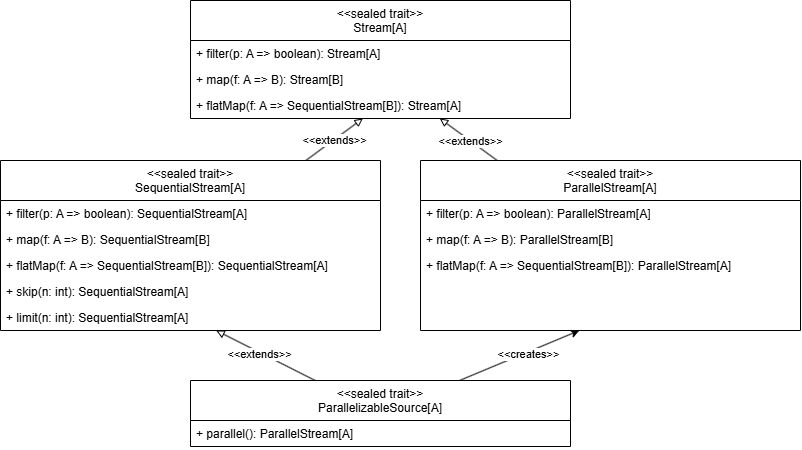
Above: relazione/drawio/stream.png in leorm2002/stream-fusion (draw.io), before the change. Source tidied: cells renumbered, new cells last; positions are measured from the earlier drawing's top-left corner, leaving out a move shared by most shapes.
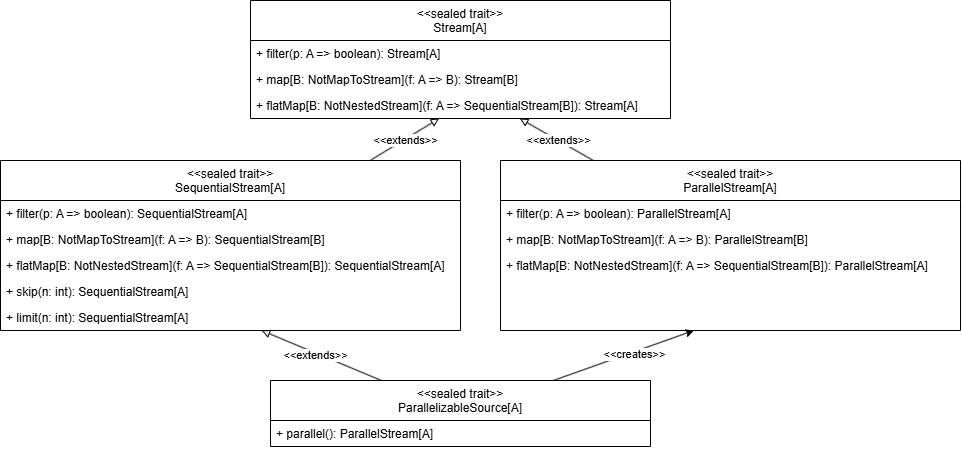
After the change.

Commit message:
Pulizia API e aggiornato drawio

Change to the diagram source:
```diff
@@ -3,16 +3,16 @@
     <mxCell id="0" />
     <mxCell id="1" parent="0" />
     <mxCell id="2" value="&lt;span style=&quot;color: rgb(0, 0, 0); font-weight: 400;&quot;&gt;&amp;lt;&amp;lt;sealed trait&amp;gt;&amp;gt;&lt;/span&gt;&lt;br style=&quot;color: rgb(63, 63, 63); scrollbar-color: rgb(226, 226, 226) rgb(251, 251, 251); font-weight: 400;&quot;&gt;&lt;span style=&quot;color: rgb(0, 0, 0); font-weight: 400;&quot;&gt;Stream[A]&lt;/span&gt;" style="swimlane;fontStyle=1;align=center;verticalAlign=top;horizontal=1;startSize=40;whiteSpace=wrap;html=1;" parent="1" vertex="1">
-      <mxGeometry x="190" width="380" height="118" as="geometry" />
+      <mxGeometry x="170" width="420" height="118" as="geometry" />
     </mxCell>
     <mxCell id="3" value="+ filter(p: A =&amp;gt; boolean): Stream[A]" style="text;strokeColor=none;fillColor=none;align=left;verticalAlign=top;spacingLeft=4;spacingRight=4;overflow=hidden;whiteSpace=wrap;html=1;" parent="2" vertex="1">
-      <mxGeometry y="40" width="380" height="26" as="geometry" />
+      <mxGeometry y="40" width="420" height="26" as="geometry" />
     </mxCell>
-    <mxCell id="4" value="&lt;span style=&quot;color: rgb(0, 0, 0);&quot;&gt;+ map(f: A =&amp;gt; B): Stream[B]&lt;/span&gt;" style="text;strokeColor=none;fillColor=none;align=left;verticalAlign=top;spacingLeft=4;spacingRight=4;overflow=hidden;whiteSpace=wrap;html=1;" parent="2" vertex="1">
-      <mxGeometry y="66" width="380" height="26" as="geometry" />
+    <mxCell id="4" value="&lt;span style=&quot;color: rgb(0, 0, 0);&quot;&gt;+ map[B: NotMapToStream](f: A =&amp;gt; B): Stream[B]&lt;/span&gt;" style="text;strokeColor=none;fillColor=none;align=left;verticalAlign=top;spacingLeft=4;spacingRight=4;overflow=hidden;whiteSpace=wrap;html=1;" parent="2" vertex="1">
+      <mxGeometry y="66" width="420" height="26" as="geometry" />
     </mxCell>
-    <mxCell id="5" value="&lt;span style=&quot;color: rgb(0, 0, 0);&quot;&gt;+ flatMap(f: A =&amp;gt; SequentialStream[B]): Stream[A]&lt;/span&gt;" style="text;strokeColor=none;fillColor=none;align=left;verticalAlign=top;spacingLeft=4;spacingRight=4;overflow=hidden;points=[[0,0.5],[1,0.5]];portConstraint=eastwest;whiteSpace=wrap;html=1;" parent="2" vertex="1">
-      <mxGeometry y="92" width="380" height="26" as="geometry" />
+    <mxCell id="5" value="&lt;span style=&quot;color: rgb(0, 0, 0);&quot;&gt;+ flatMap[B: NotNestedStream](f: A =&amp;gt; SequentialStream[B]): Stream[A]&lt;/span&gt;" style="text;strokeColor=none;fillColor=none;align=left;verticalAlign=top;spacingLeft=4;spacingRight=4;overflow=hidden;points=[[0,0.5],[1,0.5]];portConstraint=eastwest;whiteSpace=wrap;html=1;" parent="2" vertex="1">
+      <mxGeometry y="92" width="420" height="26" as="geometry" />
     </mxCell>
     <mxCell id="6" style="edgeStyle=none;html=1;endArrow=block;endFill=0;" parent="1" edge="1" source="8" target="5">
       <mxGeometry relative="1" as="geometry" />
@@ -21,22 +21,22 @@
       <mxGeometry relative="1" as="geometry" />
     </mxCell>
     <mxCell id="8" value="&lt;span style=&quot;color: rgb(0, 0, 0); font-weight: 400;&quot;&gt;&amp;lt;&amp;lt;sealed trait&amp;gt;&amp;gt;&lt;/span&gt;&lt;br style=&quot;color: rgb(63, 63, 63); scrollbar-color: rgb(226, 226, 226) rgb(251, 251, 251); font-weight: 400;&quot;&gt;&lt;span style=&quot;color: rgb(0, 0, 0); font-weight: 400;&quot;&gt;SequentialStream[A]&lt;/span&gt;" style="swimlane;fontStyle=1;align=center;verticalAlign=top;horizontal=1;startSize=40;whiteSpace=wrap;html=1;" parent="1" vertex="1">
-      <mxGeometry y="160" width="380" height="170" as="geometry" />
+      <mxGeometry x="-80" y="160" width="460" height="170" as="geometry" />
     </mxCell>
     <mxCell id="9" value="+ filter(p: A =&amp;gt; boolean):&amp;nbsp;&lt;span style=&quot;color: rgb(0, 0, 0); text-align: center;&quot;&gt;SequentialStream&lt;/span&gt;[A]" style="text;strokeColor=none;fillColor=none;align=left;verticalAlign=top;spacingLeft=4;spacingRight=4;overflow=hidden;whiteSpace=wrap;html=1;" parent="8" vertex="1">
-      <mxGeometry y="40" width="380" height="26" as="geometry" />
+      <mxGeometry y="40" width="460" height="26" as="geometry" />
     </mxCell>
-    <mxCell id="10" value="&lt;span style=&quot;color: rgb(0, 0, 0);&quot;&gt;+ map(f: A =&amp;gt; B):&amp;nbsp;&lt;span style=&quot;color: rgb(0, 0, 0); text-align: center;&quot;&gt;SequentialStream&lt;/span&gt;[B]&lt;/span&gt;" style="text;strokeColor=none;fillColor=none;align=left;verticalAlign=top;spacingLeft=4;spacingRight=4;overflow=hidden;whiteSpace=wrap;html=1;" parent="8" vertex="1">
-      <mxGeometry y="66" width="380" height="26" as="geometry" />
+    <mxCell id="10" value="&lt;span style=&quot;color: rgb(0, 0, 0);&quot;&gt;+ map&lt;span style=&quot;color: rgb(0, 0, 0);&quot;&gt;[B: NotMapToStream]&lt;/span&gt;(f: A =&amp;gt; B):&amp;nbsp;&lt;span style=&quot;color: rgb(0, 0, 0); text-align: center;&quot;&gt;SequentialStream&lt;/span&gt;[B]&lt;/span&gt;" style="text;strokeColor=none;fillColor=none;align=left;verticalAlign=top;spacingLeft=4;spacingRight=4;overflow=hidden;whiteSpace=wrap;html=1;" parent="8" vertex="1">
+      <mxGeometry y="66" width="460" height="26" as="geometry" />
     </mxCell>
-    <mxCell id="11" value="&lt;span style=&quot;color: rgb(0, 0, 0);&quot;&gt;+ flatMap(f: A =&amp;gt; SequentialStream[B]):&amp;nbsp;&lt;span style=&quot;color: rgb(0, 0, 0); text-align: center;&quot;&gt;SequentialStream&lt;/span&gt;[A]&lt;/span&gt;" style="text;strokeColor=none;fillColor=none;align=left;verticalAlign=top;spacingLeft=4;spacingRight=4;overflow=hidden;whiteSpace=wrap;html=1;" parent="8" vertex="1">
-      <mxGeometry y="92" width="380" height="26" as="geometry" />
+    <mxCell id="11" value="&lt;span style=&quot;color: rgb(0, 0, 0);&quot;&gt;+ flatMap[B: NotNestedStream](f: A =&amp;gt; SequentialStream[B]):&amp;nbsp;&lt;span style=&quot;color: rgb(0, 0, 0); text-align: center;&quot;&gt;SequentialStream&lt;/span&gt;[A]&lt;/span&gt;" style="text;strokeColor=none;fillColor=none;align=left;verticalAlign=top;spacingLeft=4;spacingRight=4;overflow=hidden;whiteSpace=wrap;html=1;" parent="8" vertex="1">
+      <mxGeometry y="92" width="460" height="26" as="geometry" />
     </mxCell>
     <mxCell id="12" value="&lt;span style=&quot;color: rgb(0, 0, 0);&quot;&gt;+ skip(n: int):&amp;nbsp;&lt;span style=&quot;color: rgb(0, 0, 0); text-align: center;&quot;&gt;SequentialStream&lt;/span&gt;[A]&lt;/span&gt;" style="text;strokeColor=none;fillColor=none;align=left;verticalAlign=top;spacingLeft=4;spacingRight=4;overflow=hidden;whiteSpace=wrap;html=1;" parent="8" vertex="1">
-      <mxGeometry y="118" width="380" height="26" as="geometry" />
+      <mxGeometry y="118" width="460" height="26" as="geometry" />
     </mxCell>
     <mxCell id="13" value="&lt;span style=&quot;color: rgb(0, 0, 0);&quot;&gt;+ limit(n: int): &lt;/span&gt;&lt;span style=&quot;scrollbar-color: rgb(226, 226, 226) rgb(251, 251, 251); text-align: center; color: rgb(0, 0, 0);&quot;&gt;SequentialStream&lt;/span&gt;&lt;span style=&quot;color: rgb(0, 0, 0);&quot;&gt;[A]&lt;/span&gt;" style="text;strokeColor=none;fillColor=none;align=left;verticalAlign=top;spacingLeft=4;spacingRight=4;overflow=hidden;points=[[0,0.5],[1,0.5]];portConstraint=eastwest;whiteSpace=wrap;html=1;" parent="8" vertex="1">
-      <mxGeometry y="144" width="380" height="26" as="geometry" />
+      <mxGeometry y="144" width="460" height="26" as="geometry" />
     </mxCell>
     <mxCell id="14" style="edgeStyle=none;html=1;exitX=0.203;exitY=0.002;exitDx=0;exitDy=0;exitPerimeter=0;endArrow=block;endFill=0;" parent="1" edge="1" source="16">
       <mxGeometry relative="1" as="geometry">
@@ -47,22 +47,22 @@
       <mxGeometry x="-0.04" relative="1" as="geometry" />
     </mxCell>
     <mxCell id="16" value="&lt;span style=&quot;color: rgb(0, 0, 0); font-weight: 400;&quot;&gt;&amp;lt;&amp;lt;sealed trait&amp;gt;&amp;gt;&lt;/span&gt;&lt;br style=&quot;color: rgb(63, 63, 63); scrollbar-color: rgb(226, 226, 226) rgb(251, 251, 251); font-weight: 400;&quot;&gt;&lt;span style=&quot;color: rgb(0, 0, 0); font-weight: 400;&quot;&gt;ParallelStream[A]&lt;/span&gt;" style="swimlane;fontStyle=1;align=center;verticalAlign=top;horizontal=1;startSize=40;whiteSpace=wrap;html=1;" parent="1" vertex="1">
-      <mxGeometry x="420" y="160" width="380" height="170" as="geometry" />
+      <mxGeometry x="420" y="160" width="460" height="170" as="geometry" />
     </mxCell>
     <mxCell id="17" value="+ filter(p: A =&amp;gt; boolean):&amp;nbsp;&lt;span style=&quot;color: rgb(0, 0, 0); text-align: center;&quot;&gt;ParallelStream&lt;/span&gt;[A]" style="text;strokeColor=none;fillColor=none;align=left;verticalAlign=top;spacingLeft=4;spacingRight=4;overflow=hidden;whiteSpace=wrap;html=1;" parent="16" vertex="1">
-      <mxGeometry y="40" width="380" height="26" as="geometry" />
+      <mxGeometry y="40" width="460" height="26" as="geometry" />
     </mxCell>
-    <mxCell id="18" value="&lt;span style=&quot;color: rgb(0, 0, 0);&quot;&gt;+ map(f: A =&amp;gt; B):&amp;nbsp;&lt;span style=&quot;color: rgb(0, 0, 0); text-align: center;&quot;&gt;ParallelStream&lt;/span&gt;[B]&lt;/span&gt;" style="text;strokeColor=none;fillColor=none;align=left;verticalAlign=top;spacingLeft=4;spacingRight=4;overflow=hidden;whiteSpace=wrap;html=1;" parent="16" vertex="1">
-      <mxGeometry y="66" width="380" height="26" as="geometry" />
+    <mxCell id="18" value="&lt;span style=&quot;color: rgb(0, 0, 0);&quot;&gt;+ map&lt;span style=&quot;color: rgb(0, 0, 0);&quot;&gt;[B: NotMapToStream]&lt;/span&gt;(f: A =&amp;gt; B):&amp;nbsp;&lt;span style=&quot;color: rgb(0, 0, 0); text-align: center;&quot;&gt;ParallelStream&lt;/span&gt;[B]&lt;/span&gt;" style="text;strokeColor=none;fillColor=none;align=left;verticalAlign=top;spacingLeft=4;spacingRight=4;overflow=hidden;whiteSpace=wrap;html=1;" parent="16" vertex="1">
+      <mxGeometry y="66" width="460" height="26" as="geometry" />
     </mxCell>
-    <mxCell id="19" value="&lt;span style=&quot;color: rgb(0, 0, 0);&quot;&gt;+ flatMap(f: A =&amp;gt; SequentialStream[B]):&amp;nbsp;&lt;span style=&quot;color: rgb(0, 0, 0); text-align: center;&quot;&gt;ParallelStream&lt;/span&gt;[A]&lt;/span&gt;" style="text;strokeColor=none;fillColor=none;align=left;verticalAlign=top;spacingLeft=4;spacingRight=4;overflow=hidden;whiteSpace=wrap;html=1;" parent="16" vertex="1">
-      <mxGeometry y="92" width="380" height="26" as="geometry" />
+    <mxCell id="19" value="&lt;span style=&quot;color: rgb(0, 0, 0);&quot;&gt;+ flatMap[B: NotNestedStream](f: A =&amp;gt; SequentialStream[B]):&amp;nbsp;&lt;span style=&quot;color: rgb(0, 0, 0); text-align: center;&quot;&gt;ParallelStream&lt;/span&gt;[A]&lt;/span&gt;" style="text;strokeColor=none;fillColor=none;align=left;verticalAlign=top;spacingLeft=4;spacingRight=4;overflow=hidden;whiteSpace=wrap;html=1;" parent="16" vertex="1">
+      <mxGeometry y="92" width="460" height="26" as="geometry" />
     </mxCell>
     <mxCell id="20" value="_" style="text;align=left;verticalAlign=top;spacingLeft=4;spacingRight=4;overflow=hidden;whiteSpace=wrap;html=1;fontColor=#FFFFFF;" parent="16" vertex="1">
-      <mxGeometry y="118" width="380" height="26" as="geometry" />
+      <mxGeometry y="118" width="460" height="26" as="geometry" />
     </mxCell>
     <mxCell id="21" value="_" style="text;strokeColor=none;fillColor=none;align=left;verticalAlign=top;spacingLeft=4;spacingRight=4;overflow=hidden;points=[[0,0.5],[1,0.5]];portConstraint=eastwest;whiteSpace=wrap;html=1;fontColor=#FFFFFF;" parent="16" vertex="1">
-      <mxGeometry y="144" width="380" height="26" as="geometry" />
+      <mxGeometry y="144" width="460" height="26" as="geometry" />
     </mxCell>
     <mxCell id="22" style="edgeStyle=none;html=1;" parent="1" edge="1" source="26" target="21">
       <mxGeometry relative="1" as="geometry" />
```
